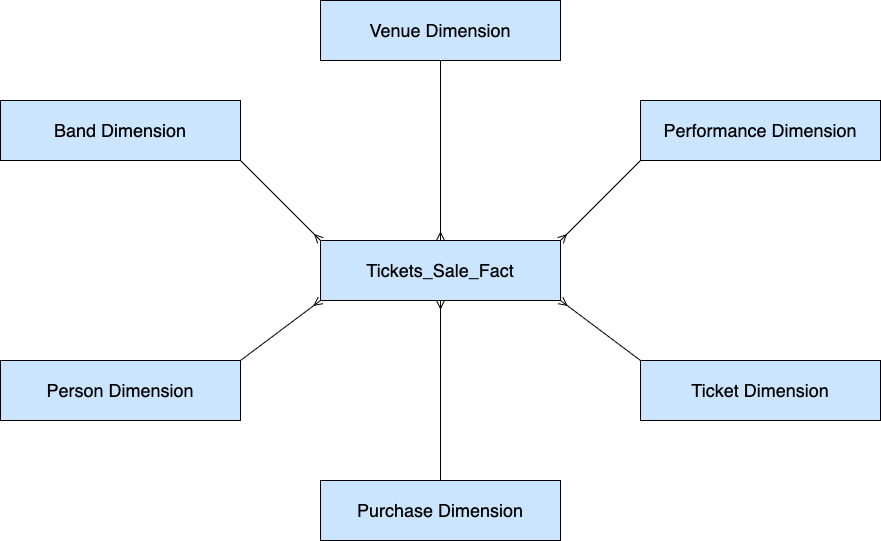
Earlier version of the draw.io export docs/presentations/dimensional_modeling/images/StarSchemaOutline.drawio.png (chipzx92/DataEngineeringI320). Source tidied: cells renumbered, new cells last; positions are measured from the earlier drawing's top-left corner, leaving out a move shared by most shapes. Its diagram source:
```xml
<mxGraphModel>
  <root>
    <mxCell id="0" />
    <mxCell id="1" parent="0" />
    <mxCell id="2" style="rounded=0;jettySize=auto;html=1;entryX=0;entryY=1;entryDx=0;entryDy=0;endArrow=ERmany;endFill=0;exitX=1;exitY=0;exitDx=0;exitDy=0;" parent="1" edge="1" source="13" target="14">
      <mxGeometry relative="1" as="geometry" />
    </mxCell>
    <mxCell id="3" style="edgeStyle=none;rounded=0;jettySize=auto;html=1;entryX=1;entryY=1;entryDx=0;entryDy=0;exitX=0;exitY=0;exitDx=0;exitDy=0;endArrow=ERmany;endFill=0;" parent="1" edge="1" source="10" target="14">
      <mxGeometry relative="1" as="geometry" />
    </mxCell>
    <mxCell id="4" style="edgeStyle=none;rounded=0;jettySize=auto;html=1;endArrow=ERmany;endFill=0;exitX=0.5;exitY=1;exitDx=0;exitDy=0;entryX=0.5;entryY=0;entryDx=0;entryDy=0;" parent="1" edge="1" source="8" target="14">
      <mxGeometry relative="1" as="geometry" />
    </mxCell>
    <mxCell id="5" style="edgeStyle=none;rounded=0;jettySize=auto;html=1;entryX=1;entryY=0;entryDx=0;entryDy=0;endArrow=ERmany;endFill=0;exitX=0;exitY=1;exitDx=0;exitDy=0;" parent="1" edge="1" source="9" target="14">
      <mxGeometry relative="1" as="geometry" />
    </mxCell>
    <mxCell id="6" style="edgeStyle=none;rounded=0;jettySize=auto;html=1;entryX=0;entryY=0;entryDx=0;entryDy=0;endArrow=ERmany;endFill=0;exitX=1;exitY=1;exitDx=0;exitDy=0;" parent="1" edge="1" source="7" target="14">
      <mxGeometry relative="1" as="geometry" />
    </mxCell>
    <mxCell id="7" value="&lt;font style=&quot;font-size: 18px;&quot;&gt;Band Dimension&lt;/font&gt;" style="rounded=0;whiteSpace=wrap;html=1;fillColor=#CCE5FF;" parent="1" vertex="1">
      <mxGeometry y="100" width="240" height="60" as="geometry" />
    </mxCell>
    <mxCell id="8" value="&lt;span style=&quot;font-size: 18px;&quot;&gt;Venue Dimension&lt;/span&gt;" style="rounded=0;whiteSpace=wrap;html=1;fillColor=#CCE5FF;" parent="1" vertex="1">
      <mxGeometry x="320" width="240" height="60" as="geometry" />
    </mxCell>
    <mxCell id="9" value="&lt;font style=&quot;font-size: 18px;&quot;&gt;Performance Dimension&lt;/font&gt;" style="rounded=0;whiteSpace=wrap;html=1;fillColor=#CCE5FF;" parent="1" vertex="1">
      <mxGeometry x="640" y="100" width="240" height="60" as="geometry" />
    </mxCell>
    <mxCell id="10" value="&lt;font style=&quot;font-size: 18px;&quot;&gt;Ticket Dimension&lt;/font&gt;" style="rounded=0;whiteSpace=wrap;html=1;fillColor=#CCE5FF;" parent="1" vertex="1">
      <mxGeometry x="640" y="360" width="240" height="60" as="geometry" />
    </mxCell>
    <mxCell id="11" style="edgeStyle=orthogonalEdgeStyle;rounded=0;jettySize=auto;html=1;fontSize=18;endArrow=ERmany;endFill=0;" parent="1" edge="1" source="12" target="14">
      <mxGeometry relative="1" as="geometry" />
    </mxCell>
    <mxCell id="12" value="&lt;font style=&quot;font-size: 18px;&quot;&gt;Purchase Dimension&lt;/font&gt;" style="rounded=0;whiteSpace=wrap;html=1;fillColor=#CCE5FF;" parent="1" vertex="1">
      <mxGeometry x="320" y="480" width="240" height="60" as="geometry" />
    </mxCell>
    <mxCell id="13" value="&lt;font style=&quot;font-size: 18px;&quot;&gt;Person Dimension&lt;/font&gt;" style="rounded=0;whiteSpace=wrap;html=1;fillColor=#CCE5FF;" parent="1" vertex="1">
      <mxGeometry y="360" width="240" height="60" as="geometry" />
    </mxCell>
    <mxCell id="14" value="&lt;font style=&quot;font-size: 18px;&quot;&gt;Tickets_Sale_Fact&lt;/font&gt;" style="rounded=0;whiteSpace=wrap;html=1;fillColor=#CCE5FF;" parent="1" vertex="1">
      <mxGeometry x="320" y="240" width="240" height="60" as="geometry" />
    </mxCell>
  </root>
</mxGraphModel>
```
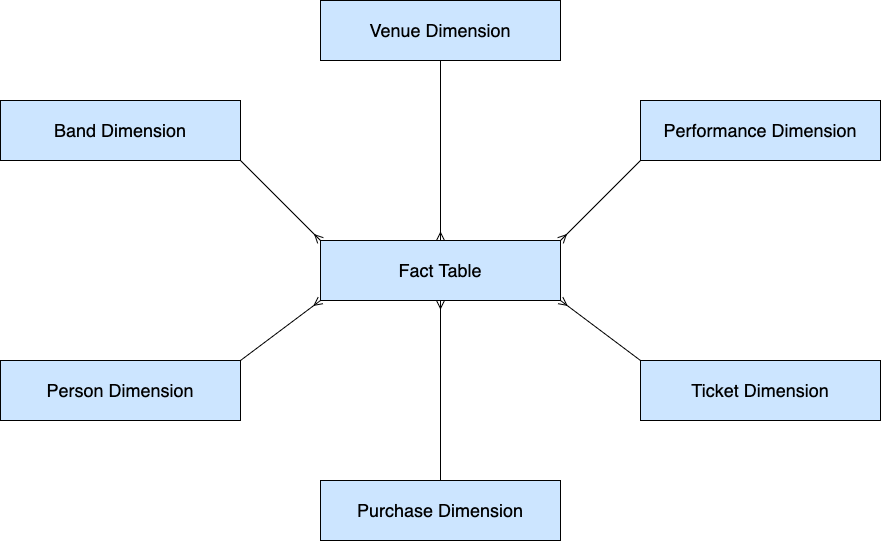
Later version of the same file.

The edit, as a diff of the source:
```diff
@@ -38,7 +38,7 @@
     <mxCell id="13" value="&lt;font style=&quot;font-size: 18px;&quot;&gt;Person Dimension&lt;/font&gt;" style="rounded=0;whiteSpace=wrap;html=1;fillColor=#CCE5FF;" parent="1" vertex="1">
       <mxGeometry y="360" width="240" height="60" as="geometry" />
     </mxCell>
-    <mxCell id="14" value="&lt;font style=&quot;font-size: 18px;&quot;&gt;Tickets_Sale_Fact&lt;/font&gt;" style="rounded=0;whiteSpace=wrap;html=1;fillColor=#CCE5FF;" parent="1" vertex="1">
+    <mxCell id="14" value="&lt;font style=&quot;font-size: 18px;&quot;&gt;Fact Table&lt;/font&gt;" style="rounded=0;whiteSpace=wrap;html=1;fillColor=#CCE5FF;" parent="1" vertex="1">
       <mxGeometry x="320" y="240" width="240" height="60" as="geometry" />
     </mxCell>
   </root>
```
